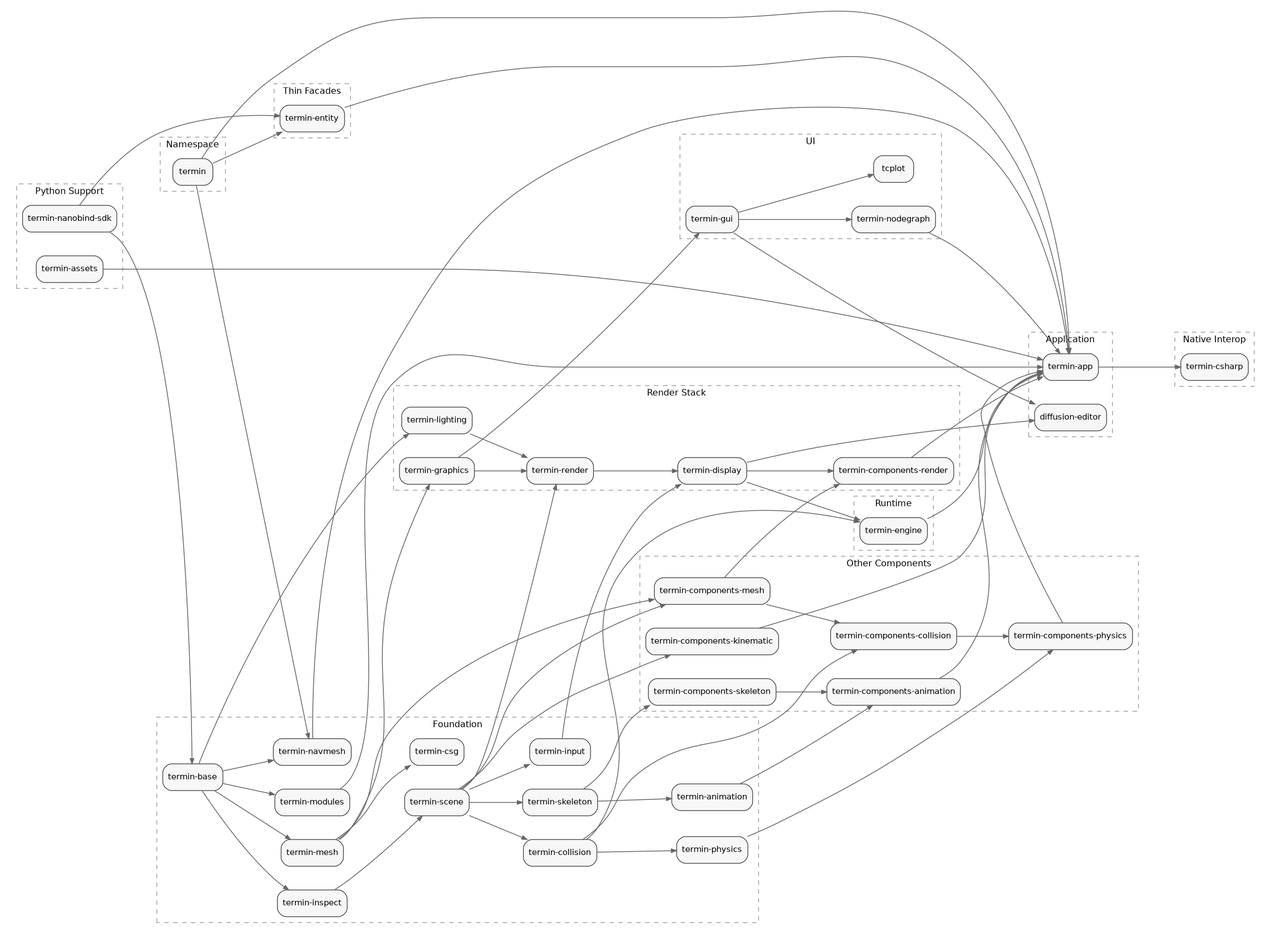
Before: docs/library-dependencies.png, a diagram exported from Graphviz (mirmik/termin). Its source is kept beside it as docs/library-dependencies.dot.
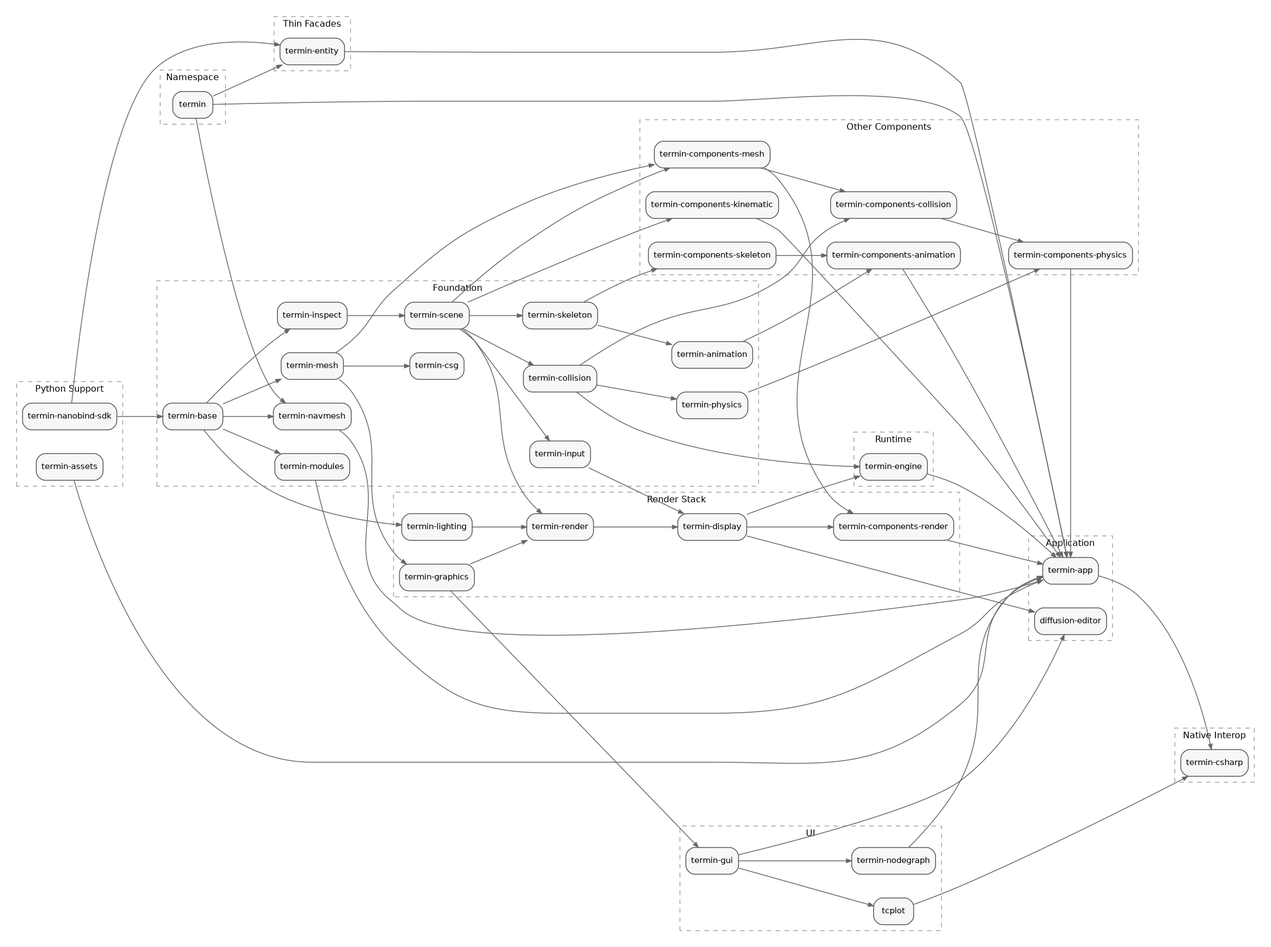
Later version of the same file.

Commit message:
Update library dependency graph to include tcplot dependency on termin-csharp. Regenerate the dot and image assets accordingly.

Change to the diagram source:
```diff
@@ -135,6 +135,7 @@
 	}
 
 
+	"tcplot" -> "termin-csharp";
 	"termin" -> "termin-app";
 	"termin" -> "termin-entity";
 	"termin" -> "termin-navmesh";
```
